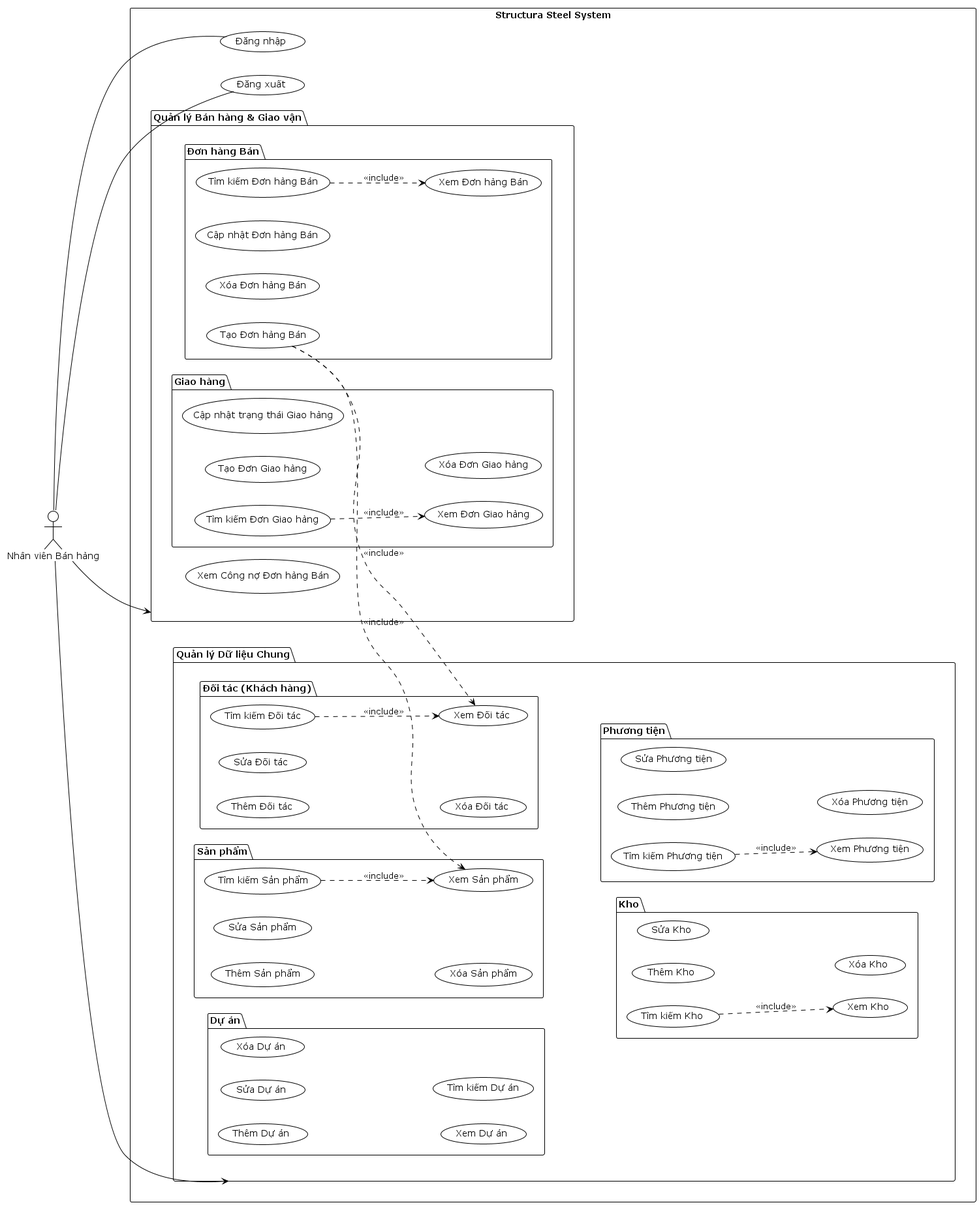
Above: out/Chapter 5/Usecase/Usecase_Saler/Usecase_Saler.png in AndrewNguyen-05/structura-uml (PlantUML), before the change.
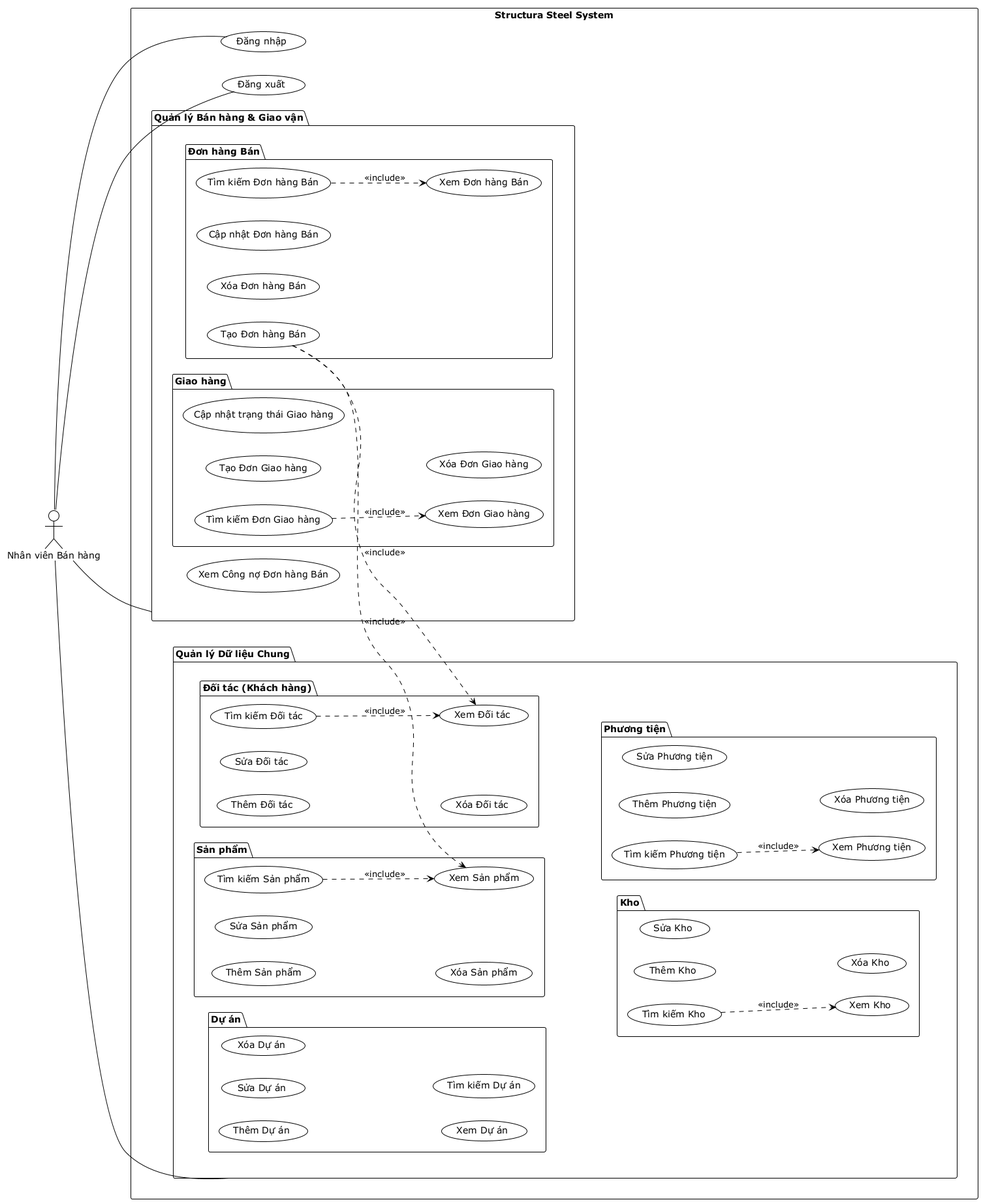
After the commit.

Diff of the diagram source:
```diff
@@ -72,8 +72,8 @@
     }
 }
 
-Saler --> (Quản lý Bán hàng & Giao vận)
-Saler --> (Quản lý Dữ liệu Chung)
+Saler -- (Quản lý Bán hàng & Giao vận)
+Saler -- (Quản lý Dữ liệu Chung)
 Saler -- UC_Login
 Saler -- UC_Logout
 
```
